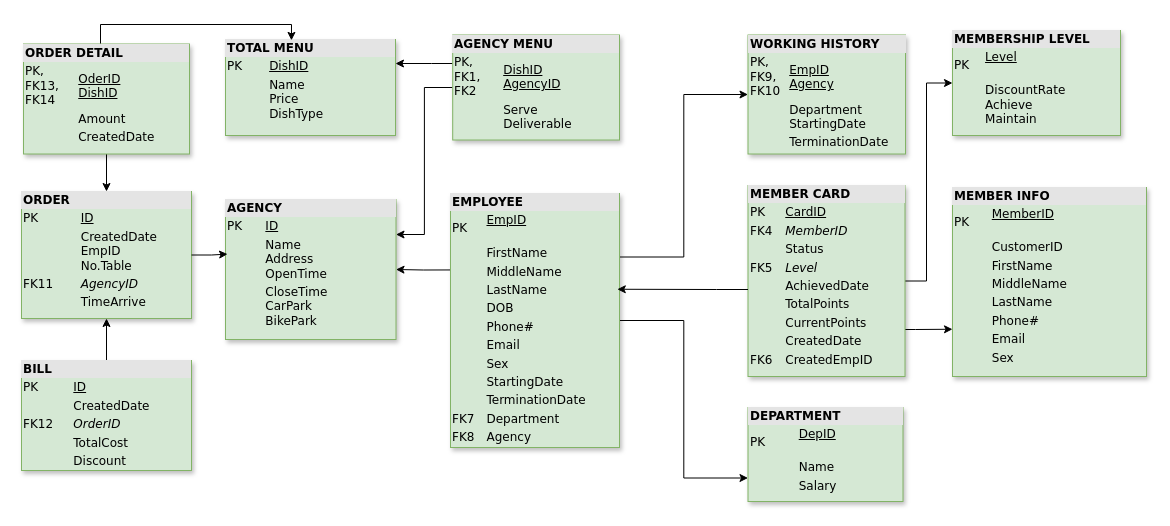
Above: Diagrams/Biểu đồ không có tiêu đề.drawio in huukhanh0653/AdvancedDatabase (draw.io), before the change. Source tidied: cells renumbered, new cells numbered last; positions are measured from the earlier drawing's top-left corner, leaving out a move shared by most shapes. Both pictures are drawn from the tidied source at 100%, with x=0, y=0 at pixel (21, 24).
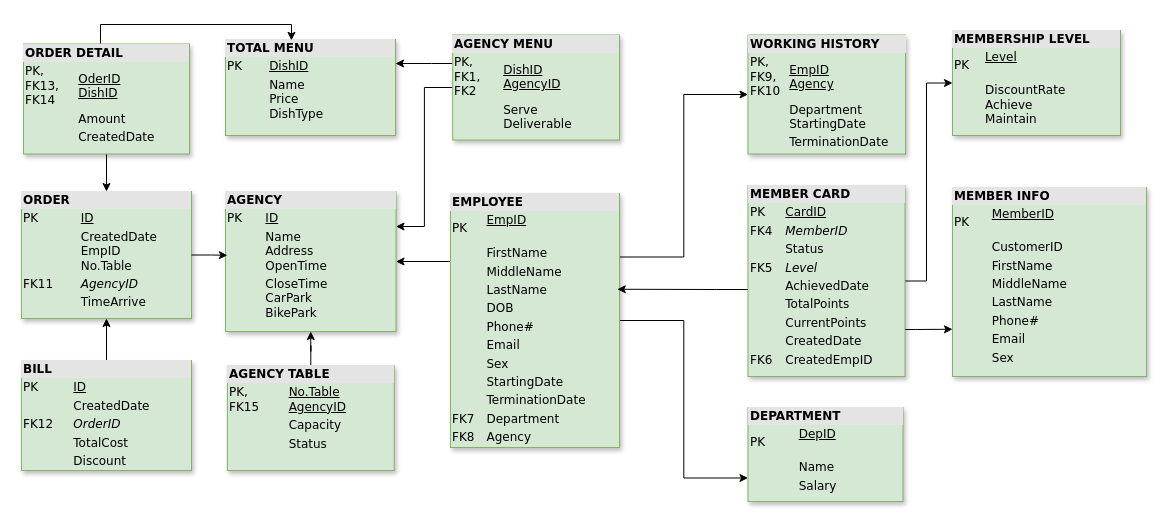
The same diagram, later.

Commit message:
Cập nhật Biểu đồ không có tiêu đề.drawio

Unchanged cells that the change refers to:
```xml
<mxCell id="15" value="&lt;div style=&quot;box-sizing: border-box ; width: 100% ; background: #e4e4e4 ; padding: 2px&quot;&gt;&lt;b&gt;EMPLOYEE&lt;/b&gt;&lt;/div&gt;&lt;table cellspacing=&quot;0&quot; cellpadding=&quot;2&quot; style=&quot;width: 100% ; font-size: 1em&quot;&gt;&lt;tbody&gt;&lt;tr&gt;&lt;td&gt;PK&lt;/td&gt;&lt;td&gt;&lt;u&gt;EmpID&lt;br&gt;&lt;br&gt;&lt;/u&gt;&lt;/td&gt;&lt;/tr&gt;&lt;tr&gt;&lt;td&gt;&lt;/td&gt;&lt;td&gt;FirstName&lt;/td&gt;&lt;/tr&gt;&lt;tr&gt;&lt;td&gt;&lt;/td&gt;&lt;td&gt;MiddleName&lt;/td&gt;&lt;/tr&gt;&lt;tr&gt;&lt;td&gt;&lt;/td&gt;&lt;td&gt;LastName&lt;/td&gt;&lt;/tr&gt;&lt;tr&gt;&lt;td&gt;&lt;/td&gt;&lt;td&gt;DOB&lt;/td&gt;&lt;/tr&gt;&lt;tr&gt;&lt;td&gt;&lt;/td&gt;&lt;td&gt;Phone#&lt;/td&gt;&lt;/tr&gt;&lt;tr&gt;&lt;td&gt;&lt;/td&gt;&lt;td&gt;Email&lt;/td&gt;&lt;/tr&gt;&lt;tr&gt;&lt;td&gt;&lt;/td&gt;&lt;td&gt;Sex&lt;/td&gt;&lt;/tr&gt;&lt;tr&gt;&lt;td&gt;&lt;/td&gt;&lt;td&gt;StartingDate&lt;/td&gt;&lt;/tr&gt;&lt;tr&gt;&lt;td&gt;&lt;/td&gt;&lt;td&gt;TerminationDate&lt;/td&gt;&lt;/tr&gt;&lt;tr&gt;&lt;td&gt;FK7&lt;/td&gt;&lt;td&gt;Department&lt;/td&gt;&lt;/tr&gt;&lt;tr&gt;&lt;td&gt;FK8&lt;/td&gt;&lt;td&gt;Agency&lt;/td&gt;&lt;/tr&gt;&lt;/tbody&gt;&lt;/table&gt;" style="verticalAlign=top;align=left;overflow=fill;html=1;rounded=0;shadow=1;comic=0;labelBackgroundColor=none;strokeWidth=1;fontFamily=Verdana;fontSize=12;glass=0;fillStyle=auto;fillColor=#d5e8d4;strokeColor=#82b366;" parent="1" vertex="1">
  <mxGeometry x="429" y="169" width="169" height="254" as="geometry" />
</mxCell>
<mxCell id="21" value="&lt;div style=&quot;box-sizing:border-box;width:100%;background:#e4e4e4;padding:2px;&quot;&gt;&lt;b&gt;ORDER&lt;/b&gt;&lt;/div&gt;&lt;table style=&quot;width:100%;font-size:1em;&quot; cellpadding=&quot;2&quot; cellspacing=&quot;0&quot;&gt;&lt;tbody&gt;&lt;tr&gt;&lt;td&gt;PK&lt;/td&gt;&lt;td&gt;&lt;u&gt;ID&lt;/u&gt;&lt;/td&gt;&lt;/tr&gt;&lt;tr&gt;&lt;td&gt;&lt;br&gt;&amp;nbsp; &amp;nbsp; &amp;nbsp; &amp;nbsp; &amp;nbsp; &amp;nbsp; &lt;/td&gt;&lt;td&gt;CreatedDate&lt;br&gt;EmpID&lt;br&gt;No.Table&amp;nbsp; &amp;nbsp; &amp;nbsp; &amp;nbsp; &amp;nbsp;&lt;/td&gt;&lt;/tr&gt;&lt;tr&gt;&lt;td&gt;FK11&lt;/td&gt;&lt;td&gt;&lt;i&gt;AgencyID&lt;/i&gt;&lt;/td&gt;&lt;/tr&gt;&lt;tr&gt;&lt;td&gt;&lt;/td&gt;&lt;td&gt;TimeArrive&lt;/td&gt;&lt;/tr&gt;&lt;/tbody&gt;&lt;/table&gt;" style="verticalAlign=top;align=left;overflow=fill;html=1;rounded=0;shadow=1;comic=0;labelBackgroundColor=none;strokeWidth=1;fontFamily=Verdana;fontSize=12;glass=0;fillStyle=auto;fillColor=#d5e8d4;strokeColor=#82b366;" parent="1" vertex="1">
  <mxGeometry y="167" width="170" height="127" as="geometry" />
</mxCell>
```

The edit, as a diff of the source:
```diff
@@
     <mxCell id="2" value="&lt;div style=&quot;box-sizing:border-box;width:100%;background:#e4e4e4;padding:2px;&quot;&gt;&lt;b&gt;AGENCY&lt;/b&gt;&lt;/div&gt;&lt;table style=&quot;width:100%;font-size:1em;&quot; cellpadding=&quot;2&quot; cellspacing=&quot;0&quot;&gt;&lt;tbody&gt;&lt;tr&gt;&lt;td&gt;PK&lt;/td&gt;&lt;td&gt;&lt;u&gt;ID&lt;/u&gt;&lt;/td&gt;&lt;/tr&gt;&lt;tr&gt;&lt;td&gt;&lt;br&gt;&lt;/td&gt;&lt;td&gt;Name&lt;br&gt;Address&lt;br&gt;OpenTime&lt;/td&gt;&lt;/tr&gt;&lt;tr&gt;&lt;td&gt;&lt;/td&gt;&lt;td&gt;CloseTime&lt;br&gt;CarPark&lt;br&gt;BikePark&lt;/td&gt;&lt;/tr&gt;&lt;/tbody&gt;&lt;/table&gt;" style="verticalAlign=top;align=left;overflow=fill;html=1;rounded=0;shadow=1;comic=0;labelBackgroundColor=none;strokeWidth=1;fontFamily=Verdana;fontSize=12;glass=0;fillStyle=auto;fillColor=#d5e8d4;strokeColor=#82b366;" parent="1" vertex="1">
-      <mxGeometry x="204" y="175" width="170.5" height="140" as="geometry" />
+      <mxGeometry x="204" y="167" width="170.5" height="140" as="geometry" />
     </mxCell>
@@
-    <mxCell id="14" style="edgeStyle=orthogonalEdgeStyle;rounded=0;jettySize=auto;html=1;entryX=1;entryY=0.5;entryDx=0;entryDy=0;exitX=0.012;exitY=0.301;exitDx=0;exitDy=0;exitPerimeter=0;" parent="1" edge="1" source="15" target="2">
-      <mxGeometry relative="1" as="geometry" />
+    <mxCell id="14" style="edgeStyle=orthogonalEdgeStyle;rounded=0;jettySize=auto;html=1;entryX=1;entryY=0.5;entryDx=0;entryDy=0;exitX=0;exitY=0.25;exitDx=0;exitDy=0;" parent="1" edge="1" source="15" target="2">
+      <mxGeometry relative="1" as="geometry">
+        <Array as="points">
+          <mxPoint x="429" y="237" />
+        </Array>
+      </mxGeometry>
     </mxCell>
@@
-    <mxCell id="23" style="edgeStyle=orthogonalEdgeStyle;rounded=0;jettySize=auto;html=1;entryX=0.012;entryY=0.39;entryDx=0;entryDy=0;entryPerimeter=0;" parent="1" edge="1" source="21" target="2">
-      <mxGeometry relative="1" as="geometry" />
-    </mxCell>
@@
+    <mxCell id="26" style="edgeStyle=orthogonalEdgeStyle;rounded=0;jettySize=auto;html=1;entryX=0.5;entryY=1;entryDx=0;entryDy=0;" parent="1" edge="1" source="27" target="2">
+      <mxGeometry relative="1" as="geometry" />
+    </mxCell>
+    <mxCell id="27" value="&lt;div style=&quot;box-sizing: border-box ; width: 100% ; background: #e4e4e4 ; padding: 2px&quot;&gt;&lt;b&gt;AGENCY TABLE&lt;/b&gt;&lt;/div&gt;&lt;table style=&quot;width: 100% ; font-size: 1em&quot; cellpadding=&quot;2&quot; cellspacing=&quot;0&quot;&gt;&lt;tbody&gt;&lt;tr&gt;&lt;td&gt;PK, &lt;br&gt;FK15&lt;br&gt;&lt;/td&gt;&lt;td&gt;&lt;u&gt;No.Table&lt;br&gt;&lt;/u&gt;&lt;u&gt;AgencyID&lt;/u&gt;&lt;u&gt;&lt;br&gt;&lt;/u&gt;&lt;/td&gt;&lt;/tr&gt;&lt;tr&gt;&lt;td&gt;&lt;u&gt;&lt;br&gt;&lt;/u&gt;&lt;/td&gt;&lt;td&gt;Capacity&lt;/td&gt;&lt;/tr&gt;&lt;tr&gt;&lt;td&gt;&lt;/td&gt;&lt;td&gt;Status&lt;/td&gt;&lt;/tr&gt;&lt;/tbody&gt;&lt;/table&gt;" style="verticalAlign=top;align=left;overflow=fill;html=1;rounded=0;shadow=1;comic=0;labelBackgroundColor=none;strokeWidth=1;fontFamily=Verdana;fontSize=12;glass=0;fillStyle=auto;fillColor=#d5e8d4;strokeColor=#82b366;" parent="1" vertex="1">
+      <mxGeometry x="205.9" y="341" width="166.8" height="105" as="geometry" />
+    </mxCell>
+    <mxCell id="23" style="edgeStyle=orthogonalEdgeStyle;rounded=0;jettySize=auto;html=1;entryX=0.011;entryY=0.456;entryDx=0;entryDy=0;entryPerimeter=0;" parent="1" edge="1" source="21" target="2">
+      <mxGeometry relative="1" as="geometry" />
+    </mxCell>
```
